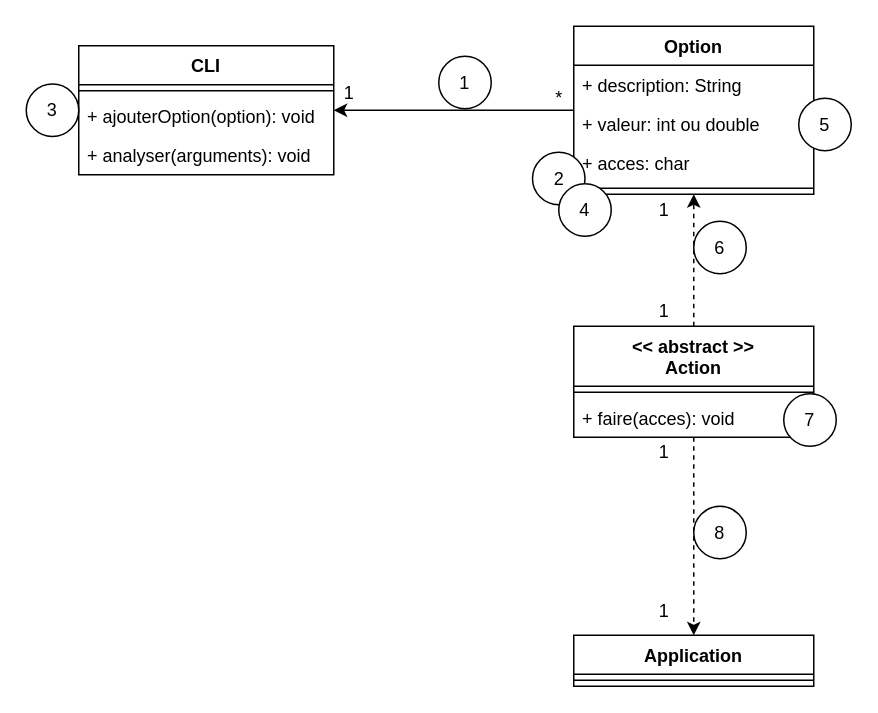
Above: page "VersionReutilisable" (1 of 2) of DiagClass.drawio in hcharp/examJava2021 (draw.io), before the change. Source tidied: cells renumbered, new cells numbered last; positions are measured from the earlier drawing's top-left corner, leaving out a move shared by most shapes. Both pictures are drawn from the tidied source at 150%, with x=0, y=0 at pixel (26, 26).
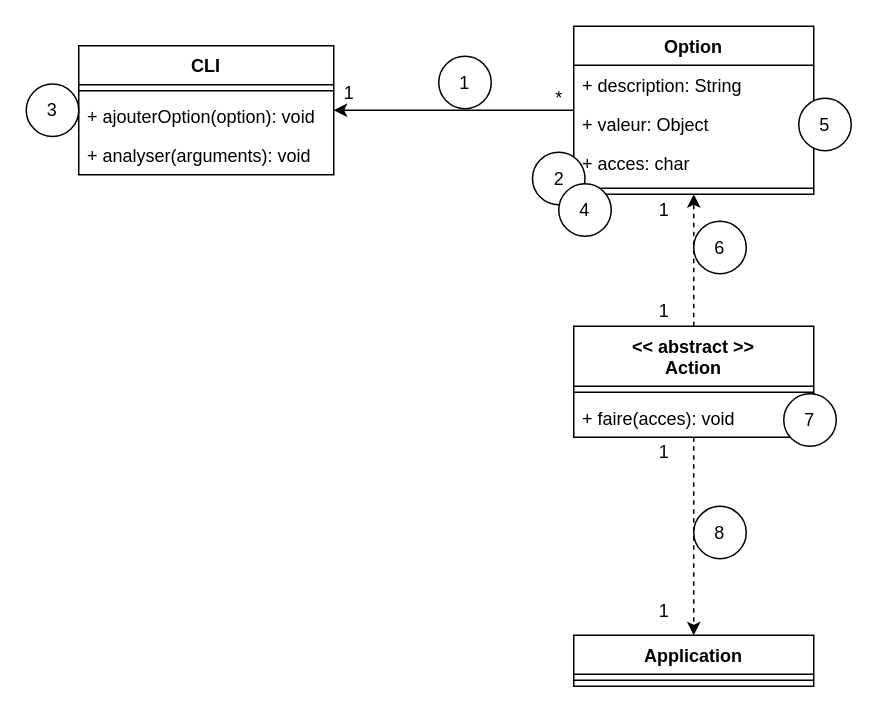
The same diagram, later.

The change refers to these unchanged cells:
```xml
<mxCell id="7" value="Option" style="swimlane;fontStyle=1;align=center;verticalAlign=top;horizontal=1;startSize=26;" parent="1" vertex="1">
  <mxGeometry x="365" width="160" height="112" as="geometry" />
</mxCell>
```

The edit, as a diff of the source:
```diff
@@
-    <mxCell id="9" value="+ valeur: int ou double" style="text;strokeColor=none;fillColor=none;align=left;verticalAlign=top;spacingLeft=4;spacingRight=4;overflow=hidden;" parent="7" vertex="1">
+    <mxCell id="9" value="+ valeur: Object" style="text;strokeColor=none;fillColor=none;align=left;verticalAlign=top;spacingLeft=4;spacingRight=4;overflow=hidden;" parent="7" vertex="1">
       <mxGeometry y="52" width="160" height="26" as="geometry" />
     </mxCell>
```
